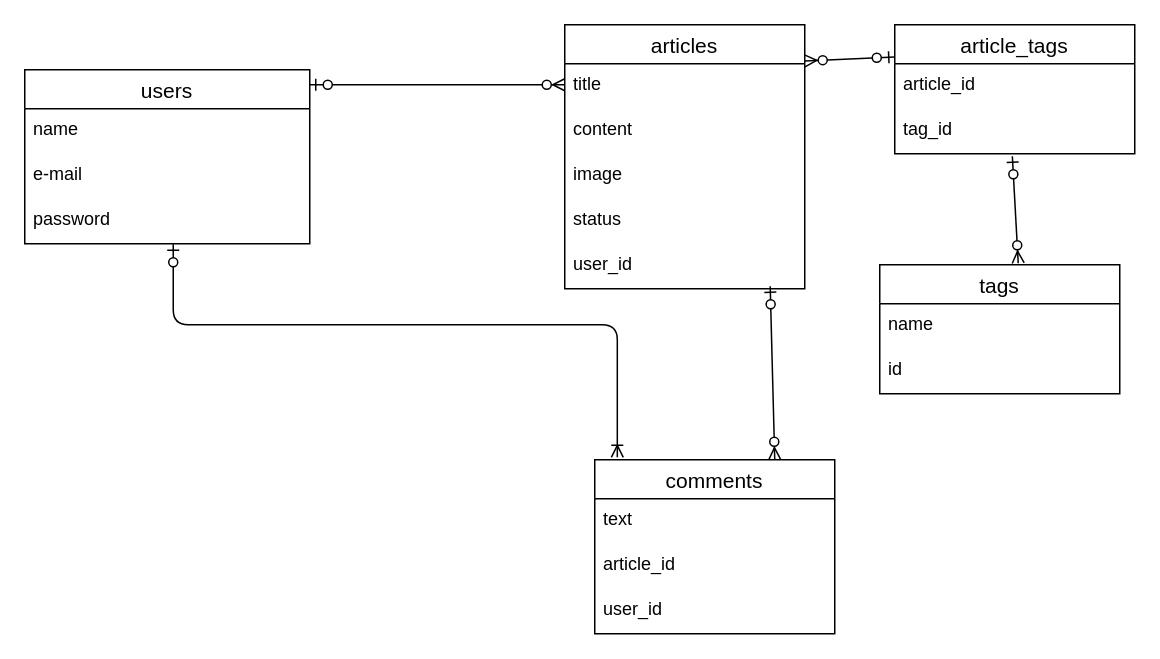
Above: article_growth.drawio in sunatoru/article-growth (draw.io), before the change. Source tidied: cells renumbered, new cells numbered last; positions are measured from the earlier drawing's top-left corner, leaving out a move shared by most shapes. Both pictures are drawn from the tidied source at 150%, with x=0, y=0 at pixel (24, 24).
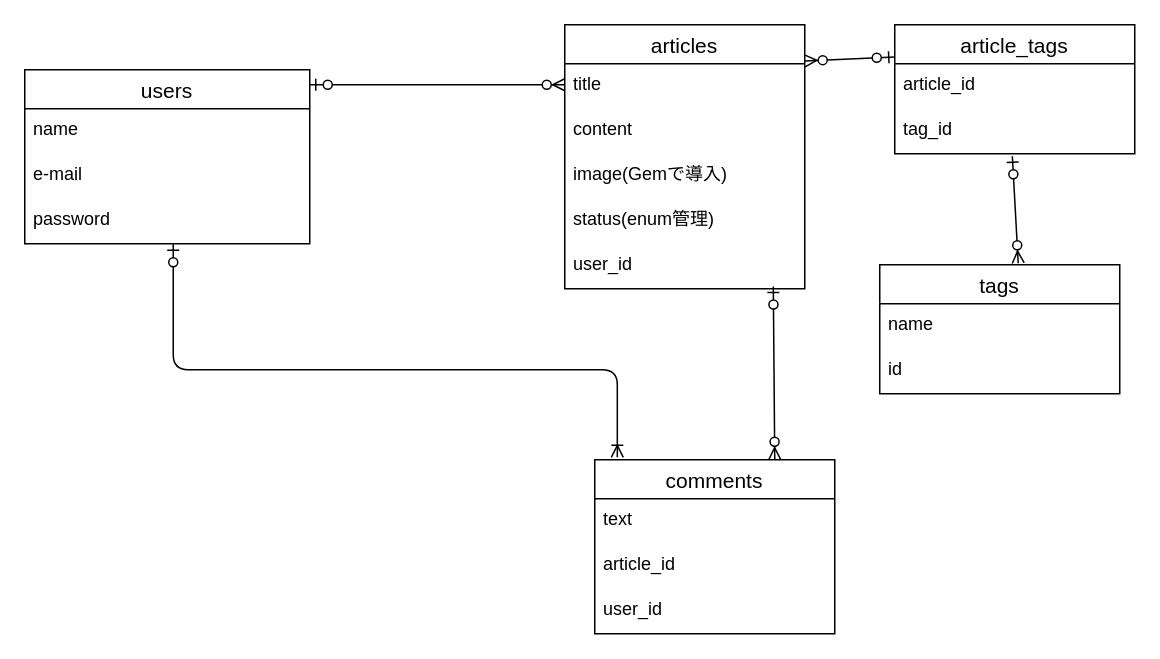
The same page after the edit.

Unchanged cells that the change refers to:
```xml
<mxCell id="5" value="password" style="text;strokeColor=none;fillColor=none;spacingLeft=4;spacingRight=4;overflow=hidden;points=[[0,0.5],[1,0.5]];portConstraint=eastwest;fontSize=12;" parent="2" vertex="1">
  <mxGeometry y="86" width="190" height="30" as="geometry" />
</mxCell>
<mxCell id="6" value="articles" style="swimlane;fontStyle=0;horizontal=1;startSize=26;align=center;fontSize=14;" parent="1" vertex="1">
  <mxGeometry x="360" width="160" height="176" as="geometry" />
</mxCell>
<mxCell id="11" value="user_id" style="text;strokeColor=none;fillColor=none;spacingLeft=4;spacingRight=4;overflow=hidden;points=[[0,0.5],[1,0.5]];portConstraint=eastwest;fontSize=12;" parent="6" vertex="1">
  <mxGeometry y="146" width="160" height="30" as="geometry" />
</mxCell>
<mxCell id="12" value="comments" style="swimlane;fontStyle=0;horizontal=1;startSize=26;align=center;fontSize=14;" parent="1" vertex="1">
  <mxGeometry x="380" y="290" width="160" height="116" as="geometry" />
</mxCell>
```

Change to the diagram source:
```diff
@@
-    <mxCell id="9" value="image" style="text;strokeColor=none;fillColor=none;spacingLeft=4;spacingRight=4;overflow=hidden;fontSize=12;" parent="6" vertex="1">
+    <mxCell id="9" value="image(Gemで導入)" style="text;strokeColor=none;fillColor=none;spacingLeft=4;spacingRight=4;overflow=hidden;fontSize=12;" parent="6" vertex="1">
       <mxGeometry y="86" width="160" height="30" as="geometry" />
     </mxCell>
-    <mxCell id="10" value="status" style="text;strokeColor=none;fillColor=none;spacingLeft=4;spacingRight=4;overflow=hidden;fontSize=12;" parent="6" vertex="1">
+    <mxCell id="10" value="status(enum管理)" style="text;strokeColor=none;fillColor=none;spacingLeft=4;spacingRight=4;overflow=hidden;fontSize=12;" parent="6" vertex="1">
       <mxGeometry y="116" width="160" height="30" as="geometry" />
     </mxCell>
@@
-    <mxCell id="17" style="fontSize=12;html=1;endArrow=ERzeroToMany;startArrow=ERzeroToOne;elbow=vertical;entryX=0.75;entryY=0;entryDx=0;entryDy=0;exitX=0.856;exitY=0.944;exitDx=0;exitDy=0;exitPerimeter=0;" parent="1" edge="1" source="11" target="12">
+    <mxCell id="17" style="fontSize=12;html=1;endArrow=ERzeroToMany;startArrow=ERzeroToOne;elbow=vertical;entryX=0.75;entryY=0;entryDx=0;entryDy=0;exitX=0.869;exitY=0.95;exitDx=0;exitDy=0;exitPerimeter=0;" parent="1" edge="1" source="11" target="12">
       <mxGeometry relative="1" as="geometry" />
     </mxCell>
     <mxCell id="18" style="edgeStyle=elbowEdgeStyle;fontSize=12;html=1;endArrow=ERoneToMany;startArrow=ERzeroToOne;rounded=1;labelBackgroundColor=default;strokeColor=default;fontFamily=Helvetica;fontColor=default;shape=connector;elbow=vertical;entryX=0.094;entryY=-0.014;entryDx=0;entryDy=0;entryPerimeter=0;exitX=0.521;exitY=1.011;exitDx=0;exitDy=0;exitPerimeter=0;" parent="1" edge="1" source="5" target="12">
       <mxGeometry relative="1" as="geometry">
         <Array as="points">
+          <mxPoint x="320" y="230" />
           <mxPoint x="240" y="200" />
         </Array>
       </mxGeometry>
     </mxCell>
```
